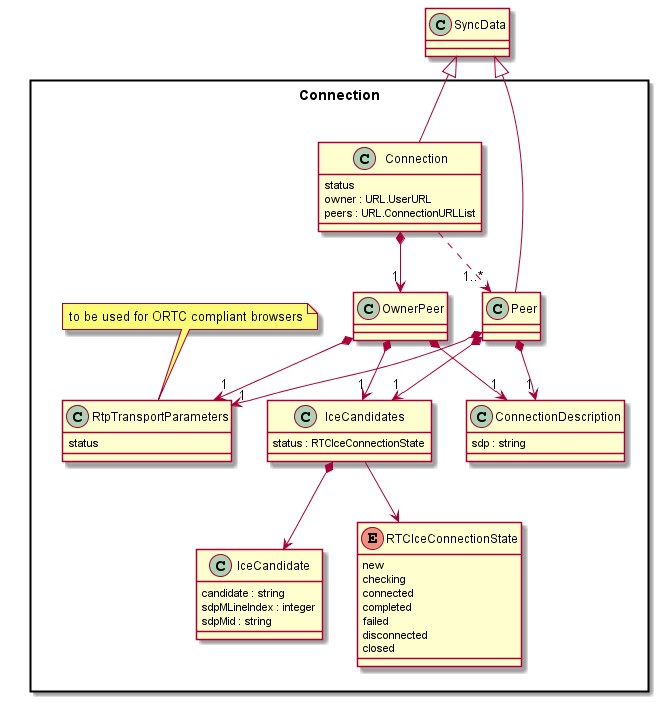
reTHINK-project/dev-service-framework keeps this PlantUML diagram as docs/datamodel/Connection-Data-Object-Model.png. Above is the earlier version. Source of this version:
```plantuml
@startuml "Connection-Data-Object-Model.png"

class SyncData {
}

package Connection <<Rect>> {

	class Connection {
		status
		owner : URL.UserURL
		peers : URL.ConnectionURLList
	}

  class OwnerPeer {
	}

	class Peer {
	}

	class IceCandidate {
		candidate : string
		sdpMLineIndex : integer
		sdpMid : string
	}

	class IceCandidates {
    	status : RTCIceConnectionState
	}

	class ConnectionDescription {
		sdp : string
	}

	class RtpTransportParameters {
    	status
	}
	note top : to be used for ORTC compliant browsers

	enum RTCIceConnectionState {
	    new
	    checking
	    connected
	    completed
	    failed
	    disconnected
	    closed
	}

	Connection -up-|> SyncData
	Peer -up-|> SyncData

	Connection *--> "1" OwnerPeer

	Connection ..> "1..*" Peer

	Peer *--> "1" IceCandidates
	Peer *--> "1" ConnectionDescription
	Peer *--> "1" RtpTransportParameters

	OwnerPeer *--> "1" IceCandidates
	OwnerPeer *--> "1" ConnectionDescription
	OwnerPeer *--> "1" RtpTransportParameters

	IceCandidates -down-> RTCIceConnectionState
	IceCandidates *--> IceCandidate

}

@enduml
```
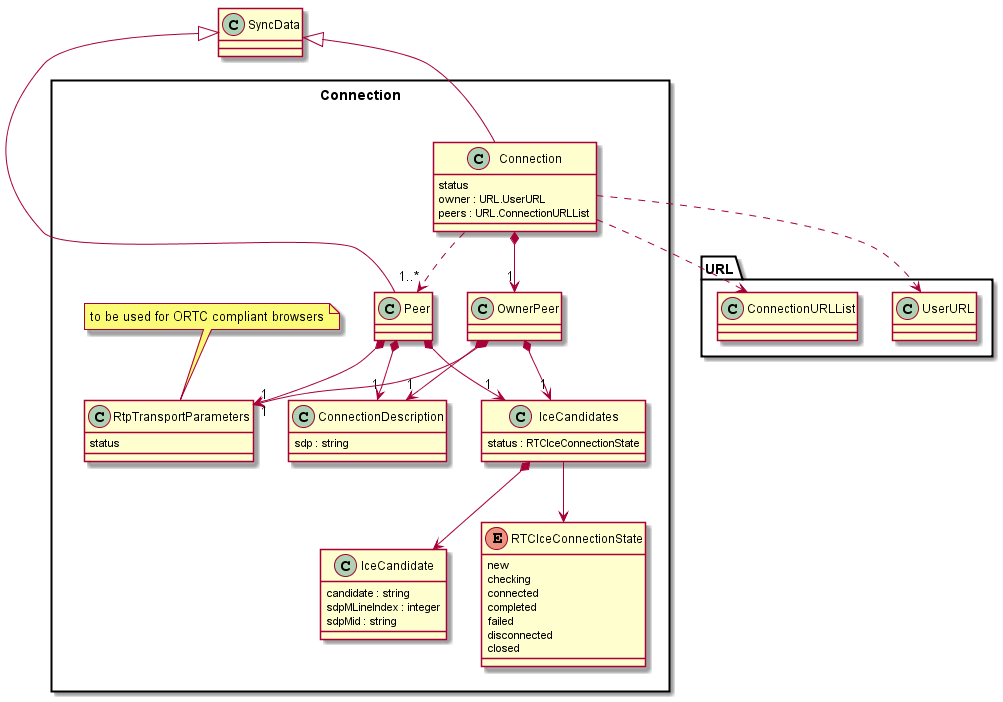
The same file after the commit.

Commit message:
Some fixes in the data model to allow json-schema generation

Diff of the diagram source:
```diff
@@ -49,6 +49,9 @@
 	Connection -up-|> SyncData
 	Peer -up-|> SyncData
 
+	Connection ..> URL.UserURL
+	Connection ..> URL.ConnectionURLList
+
 	Connection *--> "1" OwnerPeer
 
 	Connection ..> "1..*" Peer
```
